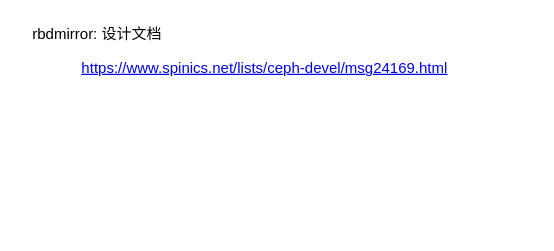
Before: page "Page-4" (4 of 4) of Untitled Diagram.drawio in ChenFanTony/ceph-diagrams, a draw.io diagram. Source tidied: cells renumbered, new cells numbered last; positions are measured from the earlier drawing's top-left corner, leaving out a move shared by most shapes. Both pictures are drawn from the tidied source at 125%, with x=0, y=0 at pixel (21, 21).
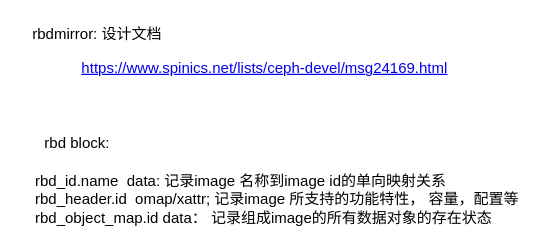
The same diagram, later.

Diff of the diagram source:
```diff
@@
 <mxGraphModel>
   <root>
     <mxCell id="0" />
     <mxCell id="1" parent="0" />
     <mxCell id="2" value="&lt;a href=&quot;https://www.spinics.net/lists/ceph-devel/msg24169.html&quot;&gt;https://www.spinics.net/lists/ceph-devel/msg24169.html&lt;/a&gt;" style="text;html=1;align=center;verticalAlign=middle;" parent="1" vertex="1">
       <mxGeometry x="39" y="27" width="310" height="20" as="geometry" />
     </mxCell>
     <mxCell id="3" value="rbdmirror: 设计文档" style="text;html=1;align=center;verticalAlign=middle;" parent="1" vertex="1">
       <mxGeometry width="120" height="20" as="geometry" />
     </mxCell>
+    <mxCell id="4" value="rbd block:" style="text;html=1;align=center;verticalAlign=middle;" parent="1" vertex="1">
+      <mxGeometry x="9" y="87" width="70" height="20" as="geometry" />
+    </mxCell>
+    <mxCell id="5" value="rbd_id.name&amp;nbsp; data: 记录image 名称到image id的单向映射关系&lt;br&gt;rbd_header.id&amp;nbsp; omap/xattr; 记录image 所支持的功能特性， 容量，配置等&lt;br&gt;rbd_object_map.id data： 记录组成image的所有数据对象的存在状态" style="text;html=1;align=left;verticalAlign=middle;" parent="1" vertex="1">
+      <mxGeometry x="9" y="117" width="400" height="50" as="geometry" />
+    </mxCell>
   </root>
 </mxGraphModel>
```
